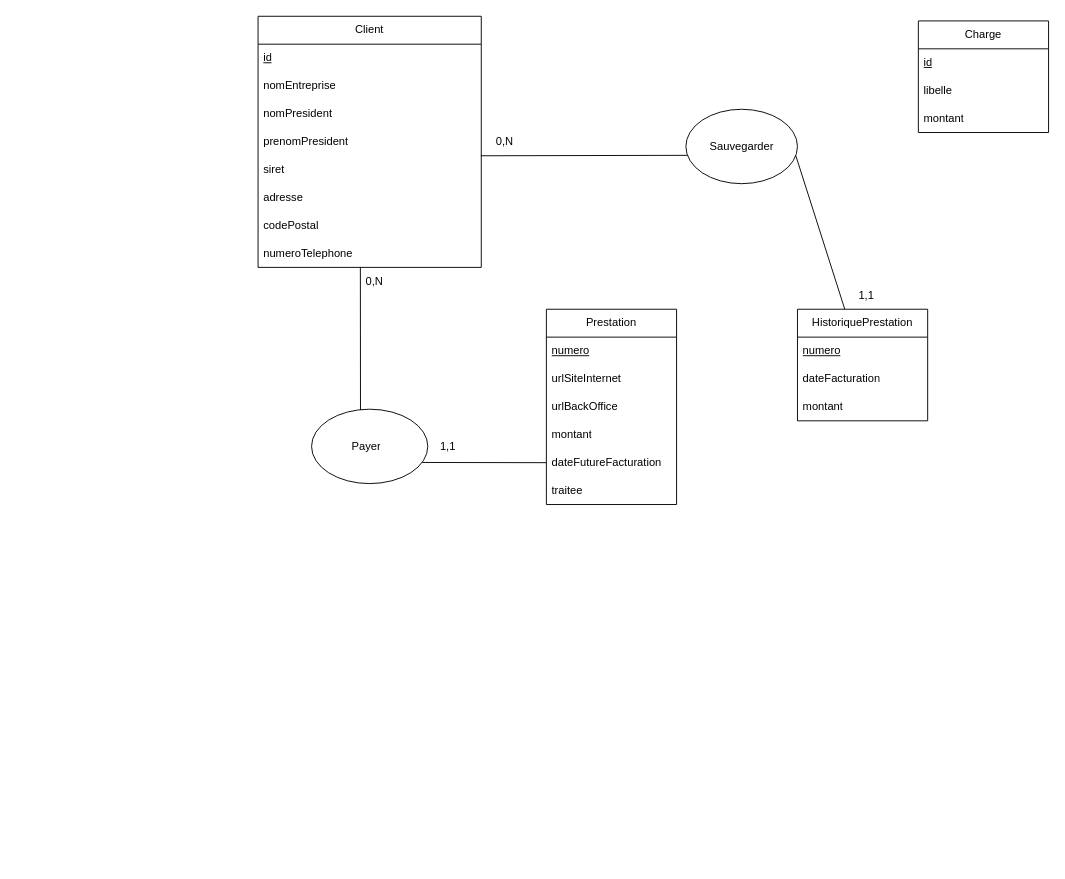
Earlier version of the draw.io diagram Diagramme sans nom.drawio (Yvan-Quilliard/DataBaseCreator). Source tidied: cells renumbered, new cells numbered last; positions are measured from the earlier drawing's top-left corner, leaving out a move shared by most shapes. Both pictures are drawn from the tidied source at 93%, with x=0, y=0 at pixel (258, 16).
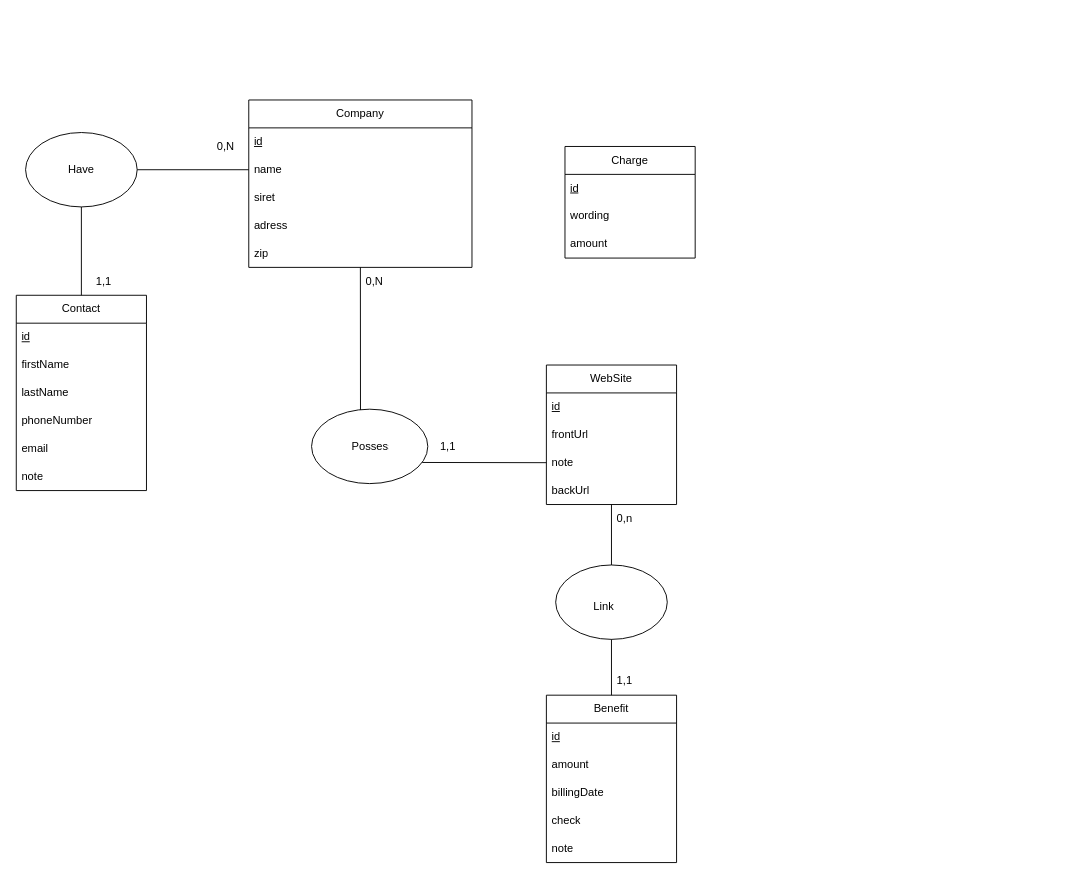
The same diagram, later.

Commit message:
Mettre à jour Diagramme sans nom.drawio

What changed in the source:
```diff
@@
-    <mxCell id="2" value="Client" style="swimlane;fontStyle=0;horizontal=1;startSize=30;whiteSpace=wrap;html=1;" parent="1" vertex="1">
-      <mxGeometry width="240" height="270" as="geometry" />
+    <mxCell id="2" value="Company" style="swimlane;fontStyle=0;horizontal=1;startSize=30;whiteSpace=wrap;html=1;" parent="1" vertex="1">
+      <mxGeometry x="-10" y="90" width="240" height="180" as="geometry" />
     </mxCell>
@@
-    <mxCell id="4" value="nomEntreprise" style="text;strokeColor=none;fillColor=none;align=left;verticalAlign=middle;spacingLeft=4;spacingRight=4;overflow=hidden;points=[[0,0.5],[1,0.5]];portConstraint=eastwest;whiteSpace=wrap;html=1;" parent="2" vertex="1">
+    <mxCell id="4" value="name" style="text;strokeColor=none;fillColor=none;align=left;verticalAlign=middle;spacingLeft=4;spacingRight=4;overflow=hidden;points=[[0,0.5],[1,0.5]];portConstraint=eastwest;whiteSpace=wrap;html=1;" parent="2" vertex="1">
       <mxGeometry y="60" width="240" height="30" as="geometry" />
     </mxCell>
-    <mxCell id="5" value="nomPresident" style="text;strokeColor=none;fillColor=none;align=left;verticalAlign=middle;spacingLeft=4;spacingRight=4;overflow=hidden;whiteSpace=wrap;html=1;fontStyle=0;" parent="2" vertex="1">
-      <mxGeometry y="90" width="240" height="30" as="geometry" />
-    </mxCell>
-    <mxCell id="6" value="prenomPresident" style="text;strokeColor=none;fillColor=none;align=left;verticalAlign=middle;spacingLeft=4;spacingRight=4;overflow=hidden;whiteSpace=wrap;html=1;" parent="2" vertex="1">
-      <mxGeometry y="120" width="240" height="30" as="geometry" />
-    </mxCell>
     <mxCell id="7" value="siret" style="text;strokeColor=none;fillColor=none;align=left;verticalAlign=middle;spacingLeft=4;spacingRight=4;overflow=hidden;points=[[0,0.5],[1,0.5]];portConstraint=eastwest;whiteSpace=wrap;html=1;" parent="2" vertex="1">
-      <mxGeometry y="150" width="240" height="30" as="geometry" />
+      <mxGeometry y="90" width="240" height="30" as="geometry" />
     </mxCell>
-    <mxCell id="8" value="adresse" style="text;strokeColor=none;fillColor=none;align=left;verticalAlign=middle;spacingLeft=4;spacingRight=4;overflow=hidden;whiteSpace=wrap;html=1;" parent="2" vertex="1">
-      <mxGeometry y="180" width="240" height="30" as="geometry" />
+    <mxCell id="8" value="adress" style="text;strokeColor=none;fillColor=none;align=left;verticalAlign=middle;spacingLeft=4;spacingRight=4;overflow=hidden;whiteSpace=wrap;html=1;" parent="2" vertex="1">
+      <mxGeometry y="120" width="240" height="30" as="geometry" />
     </mxCell>
-    <mxCell id="9" value="codePostal" style="text;strokeColor=none;fillColor=none;align=left;verticalAlign=middle;spacingLeft=4;spacingRight=4;overflow=hidden;whiteSpace=wrap;html=1;" parent="2" vertex="1">
-      <mxGeometry y="210" width="240" height="30" as="geometry" />
+    <mxCell id="9" value="zip" style="text;strokeColor=none;fillColor=none;align=left;verticalAlign=middle;spacingLeft=4;spacingRight=4;overflow=hidden;whiteSpace=wrap;html=1;" parent="2" vertex="1">
+      <mxGeometry y="150" width="240" height="30" as="geometry" />
     </mxCell>
-    <mxCell id="10" value="numeroTelephone" style="text;strokeColor=none;fillColor=none;align=left;verticalAlign=middle;spacingLeft=4;spacingRight=4;overflow=hidden;whiteSpace=wrap;html=1;" parent="2" vertex="1">
-      <mxGeometry y="240" width="240" height="30" as="geometry" />
-    </mxCell>
@@
-    <mxCell id="12" value="Prestation" style="swimlane;fontStyle=0;horizontal=1;startSize=30;whiteSpace=wrap;html=1;" parent="1" vertex="1">
-      <mxGeometry x="310" y="315" width="140" height="210" as="geometry" />
+    <mxCell id="12" value="WebSite" style="swimlane;fontStyle=0;horizontal=1;startSize=30;whiteSpace=wrap;html=1;" parent="1" vertex="1">
+      <mxGeometry x="310" y="375" width="140" height="150" as="geometry" />
     </mxCell>
-    <mxCell id="13" value="numero" style="text;strokeColor=none;fillColor=none;align=left;verticalAlign=middle;spacingLeft=4;spacingRight=4;overflow=hidden;whiteSpace=wrap;html=1;fontStyle=4;" parent="12" vertex="1">
+    <mxCell id="13" value="id" style="text;strokeColor=none;fillColor=none;align=left;verticalAlign=middle;spacingLeft=4;spacingRight=4;overflow=hidden;whiteSpace=wrap;html=1;fontStyle=4;" parent="12" vertex="1">
       <mxGeometry y="30" width="140" height="30" as="geometry" />
     </mxCell>
-    <mxCell id="14" value="urlSiteInternet" style="text;strokeColor=none;fillColor=none;align=left;verticalAlign=middle;spacingLeft=4;spacingRight=4;overflow=hidden;whiteSpace=wrap;html=1;" parent="12" vertex="1">
+    <mxCell id="14" value="frontUrl" style="text;strokeColor=none;fillColor=none;align=left;verticalAlign=middle;spacingLeft=4;spacingRight=4;overflow=hidden;whiteSpace=wrap;html=1;" parent="12" vertex="1">
       <mxGeometry y="60" width="140" height="30" as="geometry" />
     </mxCell>
+    <mxCell id="38" value="note" style="text;strokeColor=none;fillColor=none;align=left;verticalAlign=middle;spacingLeft=4;spacingRight=4;overflow=hidden;whiteSpace=wrap;html=1;" parent="12" vertex="1">
+      <mxGeometry y="90" width="140" height="30" as="geometry" />
+    </mxCell>
-    <mxCell id="15" value="urlBackOffice" style="text;strokeColor=none;fillColor=none;align=left;verticalAlign=middle;spacingLeft=4;spacingRight=4;overflow=hidden;whiteSpace=wrap;html=1;" parent="12" vertex="1">
-      <mxGeometry y="90" width="140" height="30" as="geometry" />
+    <mxCell id="15" value="backUrl" style="text;strokeColor=none;fillColor=none;align=left;verticalAlign=middle;spacingLeft=4;spacingRight=4;overflow=hidden;whiteSpace=wrap;html=1;" parent="12" vertex="1">
+      <mxGeometry y="120" width="140" height="30" as="geometry" />
     </mxCell>
-    <mxCell id="16" value="montant" style="text;strokeColor=none;fillColor=none;align=left;verticalAlign=middle;spacingLeft=4;spacingRight=4;overflow=hidden;whiteSpace=wrap;html=1;" parent="12" vertex="1">
-      <mxGeometry y="120" width="140" height="30" as="geometry" />
-    </mxCell>
-    <mxCell id="17" value="dateFutureFacturation" style="text;strokeColor=none;fillColor=none;align=left;verticalAlign=middle;spacingLeft=4;spacingRight=4;overflow=hidden;whiteSpace=wrap;html=1;" parent="12" vertex="1">
-      <mxGeometry y="150" width="140" height="30" as="geometry" />
-    </mxCell>
-    <mxCell id="18" value="traitee" style="text;strokeColor=none;fillColor=none;align=left;verticalAlign=middle;spacingLeft=4;spacingRight=4;overflow=hidden;whiteSpace=wrap;html=1;" parent="12" vertex="1">
-      <mxGeometry y="180" width="140" height="30" as="geometry" />
-    </mxCell>
@@
-    <mxCell id="21" value="Payer" style="text;strokeColor=none;fillColor=none;align=left;verticalAlign=middle;spacingLeft=4;spacingRight=4;overflow=hidden;whiteSpace=wrap;html=1;" parent="1" vertex="1">
+    <mxCell id="21" value="Possess" style="text;strokeColor=none;fillColor=none;align=left;verticalAlign=middle;spacingLeft=4;spacingRight=4;overflow=hidden;whiteSpace=wrap;html=1;" parent="1" vertex="1">
       <mxGeometry x="95" y="447.5" width="50" height="30" as="geometry" />
     </mxCell>
@@
-    <mxCell id="24" value="HistoriquePrestation" style="swimlane;fontStyle=0;horizontal=1;startSize=30;whiteSpace=wrap;html=1;" parent="1" vertex="1">
-      <mxGeometry x="580" y="315" width="140" height="120" as="geometry" />
-    </mxCell>
-    <mxCell id="25" value="&lt;u&gt;numero&lt;/u&gt;" style="text;strokeColor=none;fillColor=none;align=left;verticalAlign=middle;spacingLeft=4;spacingRight=4;overflow=hidden;whiteSpace=wrap;html=1;" parent="24" vertex="1">
-      <mxGeometry y="30" width="140" height="30" as="geometry" />
-    </mxCell>
-    <mxCell id="26" value="dateFacturation" style="text;strokeColor=none;fillColor=none;align=left;verticalAlign=middle;spacingLeft=4;spacingRight=4;overflow=hidden;whiteSpace=wrap;html=1;" parent="24" vertex="1">
-      <mxGeometry y="60" width="140" height="30" as="geometry" />
-    </mxCell>
-    <mxCell id="27" value="montant" style="text;strokeColor=none;fillColor=none;align=left;verticalAlign=middle;spacingLeft=4;spacingRight=4;overflow=hidden;whiteSpace=wrap;html=1;" parent="24" vertex="1">
-      <mxGeometry y="90" width="140" height="30" as="geometry" />
-    </mxCell>
-    <mxCell id="28" style="ellipse;whiteSpace=wrap;html=1;" parent="1" vertex="1">
-      <mxGeometry x="460" y="100" width="120" height="80" as="geometry" />
-    </mxCell>
-    <mxCell id="29" value="Sauvegarder" style="text;strokeColor=none;fillColor=none;align=left;verticalAlign=middle;spacingLeft=4;spacingRight=4;overflow=hidden;whiteSpace=wrap;html=1;" parent="1" vertex="1">
-      <mxGeometry x="480" y="125" width="80" height="30" as="geometry" />
-    </mxCell>
-    <mxCell id="30" style="endArrow=none;html=1;rounded=0;entryX=0.015;entryY=0.619;entryDx=0;entryDy=0;exitX=0.998;exitY=0;exitDx=0;exitDy=0;exitPerimeter=0;entryPerimeter=0;" parent="1" edge="1" source="7" target="28">
-      <mxGeometry relative="1" as="geometry" />
-    </mxCell>
-    <mxCell id="31" style="endArrow=none;html=1;rounded=0;entryX=0.985;entryY=0.623;entryDx=0;entryDy=0;entryPerimeter=0;" parent="1" edge="1" source="24" target="28">
-      <mxGeometry relative="1" as="geometry" />
-    </mxCell>
-    <mxCell id="32" value="0,N" style="text;strokeColor=none;fillColor=none;align=left;verticalAlign=middle;spacingLeft=4;spacingRight=4;overflow=hidden;whiteSpace=wrap;html=1;" parent="1" vertex="1">
-      <mxGeometry x="250" y="120" width="80" height="30" as="geometry" />
-    </mxCell>
-    <mxCell id="33" value="1,1" style="text;strokeColor=none;fillColor=none;align=left;verticalAlign=middle;spacingLeft=4;spacingRight=4;overflow=hidden;whiteSpace=wrap;html=1;" parent="1" vertex="1">
-      <mxGeometry x="640" y="285" width="80" height="30" as="geometry" />
-    </mxCell>
     <mxCell id="34" value="Charge" style="swimlane;fontStyle=0;horizontal=1;startSize=30;whiteSpace=wrap;html=1;" parent="1" vertex="1">
-      <mxGeometry x="710" y="5" width="140" height="120" as="geometry" />
+      <mxGeometry x="330" y="140" width="140" height="120" as="geometry" />
     </mxCell>
@@
-    <mxCell id="36" value="libelle" style="text;strokeColor=none;fillColor=none;align=left;verticalAlign=middle;spacingLeft=4;spacingRight=4;overflow=hidden;whiteSpace=wrap;html=1;" parent="34" vertex="1">
+    <mxCell id="36" value="wording" style="text;strokeColor=none;fillColor=none;align=left;verticalAlign=middle;spacingLeft=4;spacingRight=4;overflow=hidden;whiteSpace=wrap;html=1;" parent="34" vertex="1">
       <mxGeometry y="60" width="140" height="30" as="geometry" />
     </mxCell>
-    <mxCell id="37" value="montant" style="text;strokeColor=none;fillColor=none;align=left;verticalAlign=middle;spacingLeft=4;spacingRight=4;overflow=hidden;whiteSpace=wrap;html=1;" parent="34" vertex="1">
+    <mxCell id="37" value="amount" style="text;strokeColor=none;fillColor=none;align=left;verticalAlign=middle;spacingLeft=4;spacingRight=4;overflow=hidden;whiteSpace=wrap;html=1;" parent="34" vertex="1">
       <mxGeometry y="90" width="140" height="30" as="geometry" />
     </mxCell>
+    <mxCell id="39" value="Benefit" style="swimlane;fontStyle=0;horizontal=1;startSize=30;whiteSpace=wrap;html=1;" parent="1" vertex="1">
+      <mxGeometry x="310" y="730" width="140" height="180" as="geometry" />
+    </mxCell>
+    <mxCell id="40" value="&lt;u&gt;id&lt;/u&gt;" style="text;strokeColor=none;fillColor=none;align=left;verticalAlign=middle;spacingLeft=4;spacingRight=4;overflow=hidden;whiteSpace=wrap;html=1;" parent="39" vertex="1">
+      <mxGeometry y="30" width="140" height="30" as="geometry" />
+    </mxCell>
+    <mxCell id="41" value="amount" style="text;strokeColor=none;fillColor=none;align=left;verticalAlign=middle;spacingLeft=4;spacingRight=4;overflow=hidden;whiteSpace=wrap;html=1;" parent="39" vertex="1">
+      <mxGeometry y="60" width="140" height="30" as="geometry" />
+    </mxCell>
+    <mxCell id="42" value="billingDate" style="text;strokeColor=none;fillColor=none;align=left;verticalAlign=middle;spacingLeft=4;spacingRight=4;overflow=hidden;whiteSpace=wrap;html=1;" parent="39" vertex="1">
+      <mxGeometry y="90" width="140" height="30" as="geometry" />
+    </mxCell>
+    <mxCell id="43" value="check" style="text;strokeColor=none;fillColor=none;align=left;verticalAlign=middle;spacingLeft=4;spacingRight=4;overflow=hidden;whiteSpace=wrap;html=1;" parent="39" vertex="1">
+      <mxGeometry y="120" width="140" height="30" as="geometry" />
+    </mxCell>
+    <mxCell id="44" value="note" style="text;strokeColor=none;fillColor=none;align=left;verticalAlign=middle;spacingLeft=4;spacingRight=4;overflow=hidden;whiteSpace=wrap;html=1;" parent="39" vertex="1">
+      <mxGeometry y="150" width="140" height="30" as="geometry" />
+    </mxCell>
+    <mxCell id="45" value="Contact" style="swimlane;fontStyle=0;horizontal=1;startSize=30;whiteSpace=wrap;html=1;" parent="1" vertex="1">
+      <mxGeometry x="-260" y="300" width="140" height="210" as="geometry" />
+    </mxCell>
+    <mxCell id="46" value="&lt;u&gt;id&lt;/u&gt;" style="text;strokeColor=none;fillColor=none;align=left;verticalAlign=middle;spacingLeft=4;spacingRight=4;overflow=hidden;whiteSpace=wrap;html=1;" parent="45" vertex="1">
+      <mxGeometry y="30" width="140" height="30" as="geometry" />
+    </mxCell>
+    <mxCell id="47" value="firstName" style="text;strokeColor=none;fillColor=none;align=left;verticalAlign=middle;spacingLeft=4;spacingRight=4;overflow=hidden;whiteSpace=wrap;html=1;" parent="45" vertex="1">
+      <mxGeometry y="60" width="140" height="30" as="geometry" />
+    </mxCell>
+    <mxCell id="48" value="lastName" style="text;strokeColor=none;fillColor=none;align=left;verticalAlign=middle;spacingLeft=4;spacingRight=4;overflow=hidden;whiteSpace=wrap;html=1;" parent="45" vertex="1">
+      <mxGeometry y="90" width="140" height="30" as="geometry" />
+    </mxCell>
+    <mxCell id="49" value="phoneNumber" style="text;strokeColor=none;fillColor=none;align=left;verticalAlign=middle;spacingLeft=4;spacingRight=4;overflow=hidden;whiteSpace=wrap;html=1;" parent="45" vertex="1">
+      <mxGeometry y="120" width="140" height="30" as="geometry" />
+    </mxCell>
+    <mxCell id="50" value="email" style="text;strokeColor=none;fillColor=none;align=left;verticalAlign=middle;spacingLeft=4;spacingRight=4;overflow=hidden;whiteSpace=wrap;html=1;" parent="45" vertex="1">
+      <mxGeometry y="150" width="140" height="30" as="geometry" />
+    </mxCell>
+    <mxCell id="51" value="note" style="text;strokeColor=none;fillColor=none;align=left;verticalAlign=middle;spacingLeft=4;spacingRight=4;overflow=hidden;whiteSpace=wrap;html=1;" parent="45" vertex="1">
+      <mxGeometry y="180" width="140" height="30" as="geometry" />
+    </mxCell>
+    <mxCell id="52" style="ellipse;whiteSpace=wrap;html=1;" parent="1" vertex="1">
+      <mxGeometry x="320" y="590" width="120" height="80" as="geometry" />
+    </mxCell>
+    <mxCell id="53" style="endArrow=none;html=1;rounded=0;" parent="1" edge="1">
+      <mxGeometry relative="1" as="geometry">
+        <mxPoint x="380" y="590" as="sourcePoint" />
+        <mxPoint x="380" y="525" as="targetPoint" />
+      </mxGeometry>
+    </mxCell>
+    <mxCell id="54" style="endArrow=none;html=1;rounded=0;" parent="1" edge="1">
+      <mxGeometry relative="1" as="geometry">
+        <mxPoint x="380" y="730" as="sourcePoint" />
+        <mxPoint x="380" y="670" as="targetPoint" />
+      </mxGeometry>
+    </mxCell>
+    <mxCell id="55" style="ellipse;whiteSpace=wrap;html=1;" parent="1" vertex="1">
+      <mxGeometry x="-250" y="125" width="120" height="80" as="geometry" />
+    </mxCell>
+    <mxCell id="56" style="endArrow=none;html=1;rounded=0;exitX=1;exitY=0.5;exitDx=0;exitDy=0;entryX=0;entryY=0.5;entryDx=0;entryDy=0;" parent="1" edge="1" source="55" target="4">
+      <mxGeometry relative="1" as="geometry" />
+    </mxCell>
+    <mxCell id="57" style="endArrow=none;html=1;rounded=0;exitX=0.5;exitY=0;exitDx=0;exitDy=0;entryX=0.5;entryY=1;entryDx=0;entryDy=0;" parent="1" edge="1" source="45" target="55">
+      <mxGeometry relative="1" as="geometry" />
+    </mxCell>
+    <mxCell id="32" value="0,N" style="text;strokeColor=none;fillColor=none;align=left;verticalAlign=middle;spacingLeft=4;spacingRight=4;overflow=hidden;whiteSpace=wrap;html=1;" parent="1" vertex="1">
+      <mxGeometry x="-50" y="125" width="80" height="30" as="geometry" />
+    </mxCell>
+    <mxCell id="58" value="1,1" style="text;strokeColor=none;fillColor=none;align=left;verticalAlign=middle;spacingLeft=4;spacingRight=4;overflow=hidden;whiteSpace=wrap;html=1;" parent="1" vertex="1">
+      <mxGeometry x="-180" y="270" width="80" height="30" as="geometry" />
+    </mxCell>
+    <mxCell id="59" value="Have" style="text;strokeColor=none;fillColor=none;align=left;verticalAlign=middle;spacingLeft=4;spacingRight=4;overflow=hidden;whiteSpace=wrap;html=1;" parent="1" vertex="1">
+      <mxGeometry x="-210" y="150" width="80" height="30" as="geometry" />
+    </mxCell>
+    <mxCell id="60" value="0,n" style="text;strokeColor=none;fillColor=none;align=left;verticalAlign=middle;spacingLeft=4;spacingRight=4;overflow=hidden;whiteSpace=wrap;html=1;" parent="1" vertex="1">
+      <mxGeometry x="380" y="525" width="80" height="30" as="geometry" />
+    </mxCell>
+    <mxCell id="61" value="1,1" style="text;strokeColor=none;fillColor=none;align=left;verticalAlign=middle;spacingLeft=4;spacingRight=4;overflow=hidden;whiteSpace=wrap;html=1;" parent="1" vertex="1">
+      <mxGeometry x="380" y="700" width="80" height="30" as="geometry" />
+    </mxCell>
+    <mxCell id="62" value="Link" style="text;strokeColor=none;fillColor=none;align=left;verticalAlign=middle;spacingLeft=4;spacingRight=4;overflow=hidden;whiteSpace=wrap;html=1;" parent="1" vertex="1">
+      <mxGeometry x="355" y="620" width="50" height="30" as="geometry" />
+    </mxCell>
```
